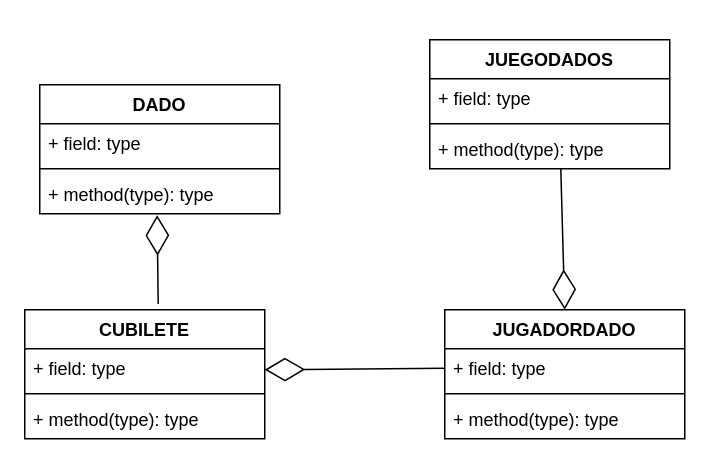
The draw.io diagram page "DADOS" (5 of 5) of MaquinaTragamonedas.drawio in gceballos23/Casino, before the edit. Source tidied: cells renumbered, new cells numbered last; positions are measured from the earlier drawing's top-left corner, leaving out a move shared by most shapes. Both pictures are drawn from the tidied source at 150%, with x=0, y=0 at pixel (24, 39).
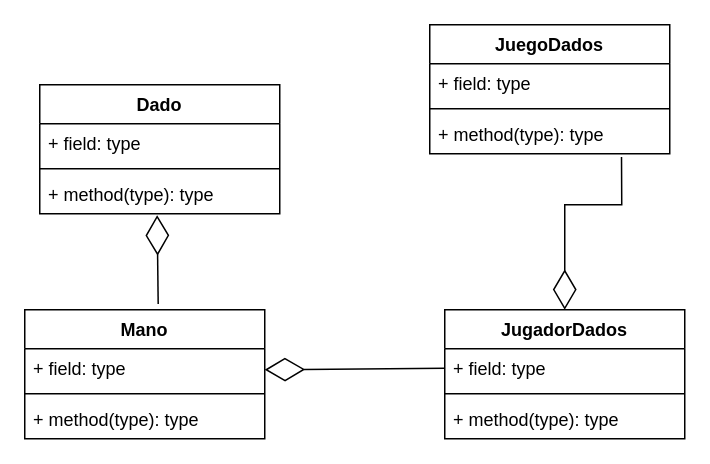
The same page after the edit.

The change refers to these unchanged cells:
```xml
<mxCell id="17" value="+ method(type): type" style="text;strokeColor=none;fillColor=none;align=left;verticalAlign=top;spacingLeft=4;spacingRight=4;overflow=hidden;points=[[0,0.5],[1,0.5]];portConstraint=eastwest;" parent="14" vertex="1">
  <mxGeometry y="60" width="160" height="26" as="geometry" />
</mxCell>
```

The edit, as a diff of the source:
```diff
@@
-    <mxCell id="2" value="DADO" style="swimlane;fontStyle=1;align=center;verticalAlign=top;horizontal=1;startSize=26;" parent="1" vertex="1">
+    <mxCell id="2" value="Dado&#10;" style="swimlane;fontStyle=1;align=center;verticalAlign=top;horizontal=1;startSize=26;" parent="1" vertex="1">
       <mxGeometry x="10" y="30" width="160" height="86" as="geometry" />
     </mxCell>
@@
-    <mxCell id="6" value="CUBILETE" style="swimlane;fontStyle=1;align=center;verticalAlign=top;horizontal=1;startSize=26;" parent="1" vertex="1">
+    <mxCell id="6" value="Mano" style="swimlane;fontStyle=1;align=center;verticalAlign=top;horizontal=1;startSize=26;" parent="1" vertex="1">
       <mxGeometry y="180" width="160" height="86" as="geometry" />
     </mxCell>
@@
-    <mxCell id="10" value="JUGADORDADO" style="swimlane;fontStyle=1;align=center;verticalAlign=top;horizontal=1;startSize=26;" parent="1" vertex="1">
+    <mxCell id="10" value="JugadorDados" style="swimlane;fontStyle=1;align=center;verticalAlign=top;horizontal=1;startSize=26;" parent="1" vertex="1">
       <mxGeometry x="280" y="180" width="160" height="86" as="geometry" />
     </mxCell>
@@
-    <mxCell id="14" value="JUEGODADOS" style="swimlane;fontStyle=1;align=center;verticalAlign=top;horizontal=1;startSize=26;" parent="1" vertex="1">
-      <mxGeometry x="270" width="160" height="86" as="geometry" />
+    <mxCell id="14" value="JuegoDados" style="swimlane;fontStyle=1;align=center;verticalAlign=top;horizontal=1;startSize=26;" parent="1" vertex="1">
+      <mxGeometry x="270" y="-10" width="160" height="86" as="geometry" />
     </mxCell>
@@
-    <mxCell id="20" style="endArrow=diamondThin;endFill=0;endSize=24;html=1;rounded=0;exitX=0.546;exitY=0.992;exitDx=0;exitDy=0;exitPerimeter=0;entryX=0.5;entryY=0;entryDx=0;entryDy=0;" parent="1" edge="1" source="17" target="10">
-      <mxGeometry relative="1" as="geometry" />
+    <mxCell id="20" style="endArrow=diamondThin;endFill=0;endSize=24;html=1;rounded=0;exitX=0.799;exitY=1.085;exitDx=0;exitDy=0;exitPerimeter=0;entryX=0.5;entryY=0;entryDx=0;entryDy=0;" parent="1" edge="1" source="17" target="10">
+      <mxGeometry relative="1" as="geometry">
+        <Array as="points">
+          <mxPoint x="398" y="110" />
+          <mxPoint x="360" y="110" />
+        </Array>
+      </mxGeometry>
     </mxCell>
```
